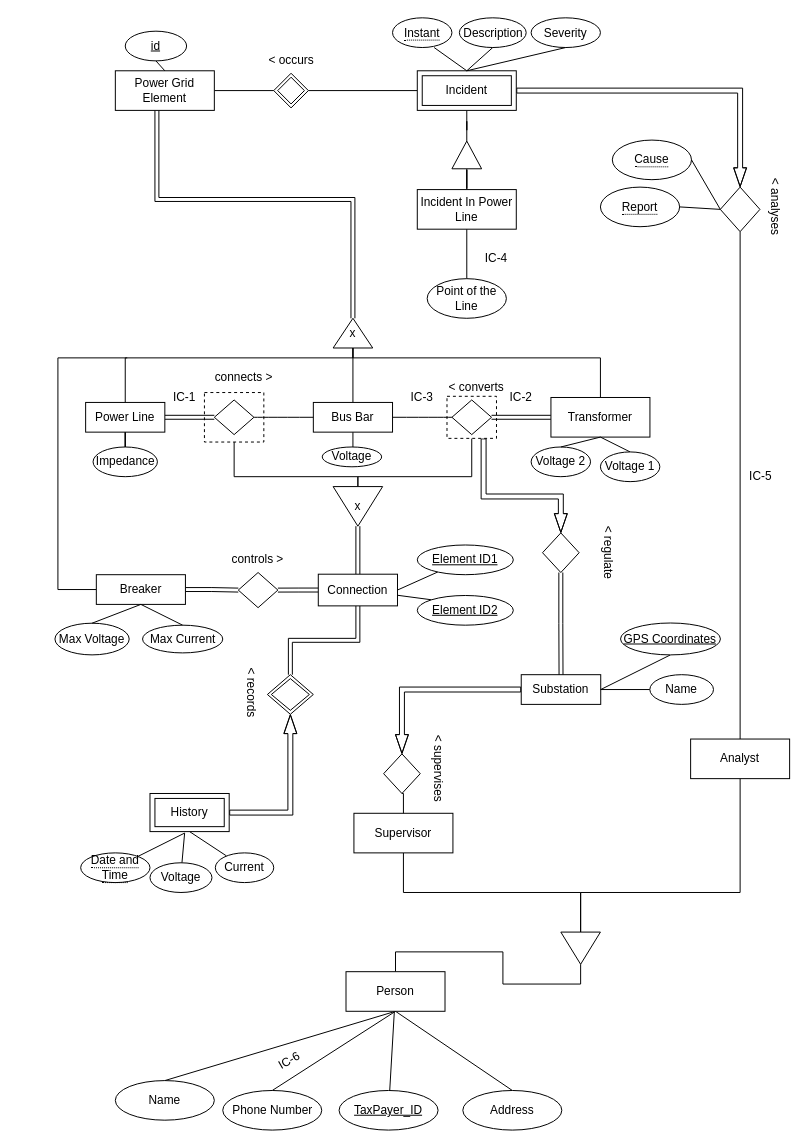
This is page "Page-3" (3 of 3) of Project/Part1/New_Version.drawio from dgd-rosa/SIBD, a draw.io file, before an edit. Source tidied: cells renumbered, new cells numbered last; positions are measured from the earlier drawing's top-left corner, leaving out a move shared by most shapes. Both pictures are drawn from the tidied source at 99%, with x=0, y=0 at pixel (54, 18).
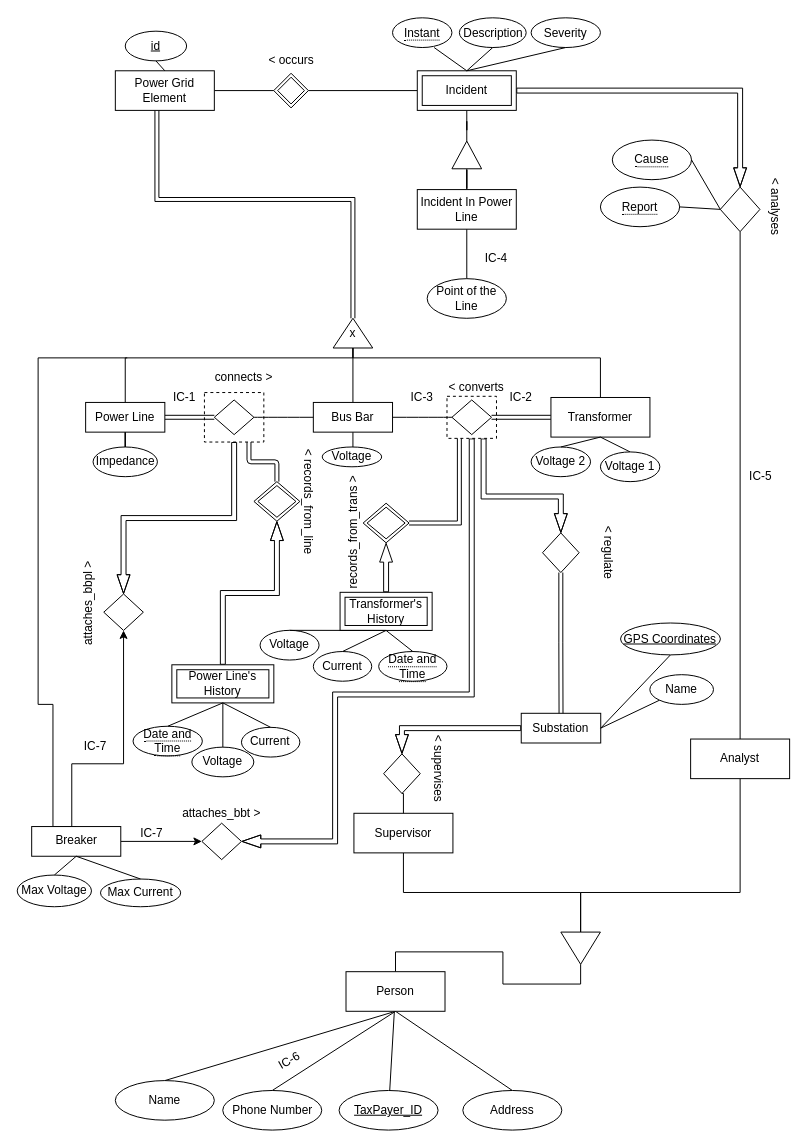
After the change.

Unchanged cells that the change refers to:
```xml
<mxCell id="4" style="rounded=0;whiteSpace=wrap;html=1;dashed=1;" parent="1" vertex="1">
  <mxGeometry x="396" y="381.8" width="50" height="42.5" as="geometry" />
</mxCell>
<mxCell id="6" style="rounded=0;whiteSpace=wrap;html=1;dashed=1;" parent="1" vertex="1">
  <mxGeometry x="151" y="378" width="60" height="50" as="geometry" />
</mxCell>
```

The edit, as a diff of the source:
```diff
@@
-    <mxCell id="2" style="edgeStyle=orthogonalEdgeStyle;rounded=0;jettySize=auto;html=1;endArrow=none;endFill=0;entryX=0;entryY=0.5;entryDx=0;entryDy=0;" parent="1" edge="1" source="4" target="46">
-      <mxGeometry relative="1" as="geometry">
-        <Array as="points">
-          <mxPoint x="421" y="463" />
-          <mxPoint x="306" y="463" />
-        </Array>
-      </mxGeometry>
-    </mxCell>
@@
+    <mxCell id="122" style="edgeStyle=orthogonalEdgeStyle;shape=flexArrow;rounded=0;jettySize=auto;html=1;entryX=1;entryY=0.5;entryDx=0;entryDy=0;width=5;endWidth=7;" parent="1" edge="1" source="4" target="124">
+      <mxGeometry relative="1" as="geometry">
+        <Array as="points">
+          <mxPoint x="421" y="683" />
+          <mxPoint x="283" y="683" />
+          <mxPoint x="283" y="831" />
+        </Array>
+      </mxGeometry>
+    </mxCell>
@@
-    <mxCell id="5" style="edgeStyle=orthogonalEdgeStyle;rounded=0;jettySize=auto;html=1;entryX=0;entryY=0.5;entryDx=0;entryDy=0;endArrow=none;endFill=0;" parent="1" edge="1" source="6" target="46">
-      <mxGeometry relative="1" as="geometry">
-        <Array as="points">
-          <mxPoint x="181" y="463" />
-          <mxPoint x="306" y="463" />
-        </Array>
-      </mxGeometry>
-    </mxCell>
@@
+    <mxCell id="39" style="edgeStyle=orthogonalEdgeStyle;rounded=0;jettySize=auto;html=1;endArrow=none;endFill=0;exitX=0.5;exitY=0;exitDx=0;exitDy=0;" parent="1" edge="1" source="40">
+      <mxGeometry relative="1" as="geometry">
+        <mxPoint x="73" y="343" as="targetPoint" />
+        <Array as="points">
+          <mxPoint x="-2" y="693" />
+          <mxPoint x="-17" y="693" />
+          <mxPoint x="-17" y="343" />
+        </Array>
+      </mxGeometry>
+    </mxCell>
+    <mxCell id="123" style="edgeStyle=orthogonalEdgeStyle;rounded=0;jettySize=auto;html=1;entryX=0;entryY=0.5;entryDx=0;entryDy=0;endWidth=7;" parent="1" edge="1" source="40" target="124">
+      <mxGeometry relative="1" as="geometry" />
+    </mxCell>
-    <mxCell id="38" style="edgeStyle=orthogonalEdgeStyle;shape=link;rounded=0;jettySize=auto;html=1;entryX=0;entryY=0.5;entryDx=0;entryDy=0;endArrow=none;endFill=0;" parent="1" edge="1" source="40" target="47">
-      <mxGeometry relative="1" as="geometry" />
+    <mxCell id="38" style="edgeStyle=orthogonalEdgeStyle;rounded=0;jettySize=auto;html=1;entryX=0.5;entryY=1;entryDx=0;entryDy=0;exitX=0.706;exitY=0.047;exitDx=0;exitDy=0;exitPerimeter=0;endWidth=7;" parent="1" edge="1" source="40" target="47">
+      <mxGeometry relative="1" as="geometry">
+        <Array as="points">
+          <mxPoint x="17" y="753" />
+          <mxPoint x="69" y="753" />
+        </Array>
+      </mxGeometry>
     </mxCell>
-    <mxCell id="39" style="edgeStyle=orthogonalEdgeStyle;rounded=0;jettySize=auto;html=1;endArrow=none;endFill=0;" parent="1" edge="1" source="40">
-      <mxGeometry relative="1" as="geometry">
-        <mxPoint x="73" y="343" as="targetPoint" />
-        <Array as="points">
-          <mxPoint x="3" y="577" />
-          <mxPoint x="3" y="343" />
-        </Array>
-      </mxGeometry>
-    </mxCell>
     <mxCell id="40" value="Breaker" style="whiteSpace=wrap;html=1;align=center;" parent="1" vertex="1">
-      <mxGeometry x="41.8" y="562" width="90" height="30" as="geometry" />
+      <mxGeometry x="-23.5" y="816.4" width="90" height="30" as="geometry" />
     </mxCell>
     <mxCell id="41" value="Max Voltage" style="ellipse;whiteSpace=wrap;html=1;align=center;" parent="1" vertex="1">
-      <mxGeometry y="611" width="75" height="32" as="geometry" />
+      <mxGeometry x="-38.1" y="865.4" width="75" height="32" as="geometry" />
     </mxCell>
     <mxCell id="42" value="Max Current" style="ellipse;whiteSpace=wrap;html=1;align=center;" parent="1" vertex="1">
-      <mxGeometry x="88.5" y="613" width="81" height="28" as="geometry" />
+      <mxGeometry x="46" y="869.4" width="81" height="28" as="geometry" />
     </mxCell>
-    <mxCell id="43" style="endArrow=none;html=1;entryX=0.5;entryY=0;entryDx=0;entryDy=0;exitX=0.5;exitY=1;exitDx=0;exitDy=0;" parent="1" edge="1" source="40" target="41">
+    <mxCell id="43" style="endArrow=none;html=1;exitX=0.5;exitY=1;exitDx=0;exitDy=0;entryX=0.5;entryY=0;entryDx=0;entryDy=0;" parent="1" edge="1" source="40" target="41">
       <mxGeometry relative="1" as="geometry" />
     </mxCell>
@@
-    <mxCell id="45" style="edgeStyle=none;rounded=0;jettySize=auto;html=1;entryX=0.5;entryY=0;entryDx=0;entryDy=0;endArrow=none;endFill=0;shape=link;" parent="1" edge="1" source="46" target="51">
-      <mxGeometry relative="1" as="geometry" />
-    </mxCell>
-    <mxCell id="46" value="x" style="triangle;whiteSpace=wrap;html=1;direction=south;" parent="1" vertex="1">
-      <mxGeometry x="281" y="473" width="50" height="40" as="geometry" />
-    </mxCell>
     <mxCell id="47" style="shape=rhombus;perimeter=rhombusPerimeter;whiteSpace=wrap;html=1;align=center;" parent="1" vertex="1">
-      <mxGeometry x="185.2" y="559.8" width="40" height="35.5" as="geometry" />
+      <mxGeometry x="49.3" y="581.5" width="40" height="36.8" as="geometry" />
     </mxCell>
-    <mxCell id="48" style="edgeStyle=orthogonalEdgeStyle;shape=link;rounded=0;jettySize=auto;html=1;entryX=1;entryY=0.5;entryDx=0;entryDy=0;endArrow=none;endFill=0;" parent="1" edge="1" source="51" target="47">
+    <mxCell id="48" style="edgeStyle=orthogonalEdgeStyle;shape=flexArrow;rounded=0;jettySize=auto;html=1;entryX=0.5;entryY=0;entryDx=0;entryDy=0;endArrow=block;endFill=0;exitX=0.5;exitY=1;exitDx=0;exitDy=0;startArrow=none;startFill=0;width=5;endWidth=7;" parent="1" edge="1" source="6" target="47">
       <mxGeometry relative="1" as="geometry" />
     </mxCell>
-    <mxCell id="49" style="edgeStyle=orthogonalEdgeStyle;rounded=0;jettySize=auto;html=1;entryX=0.5;entryY=0;entryDx=0;entryDy=0;endArrow=none;endFill=0;shape=link;exitX=0.5;exitY=1;exitDx=0;exitDy=0;" parent="1" edge="1" source="51" target="56">
-      <mxGeometry relative="1" as="geometry" />
-    </mxCell>
-    <mxCell id="50" style="edgeStyle=none;rounded=0;jettySize=auto;html=1;entryX=0;entryY=0;entryDx=0;entryDy=0;endArrow=none;endFill=0;" parent="1" edge="1" source="51" target="114">
-      <mxGeometry relative="1" as="geometry" />
-    </mxCell>
-    <mxCell id="51" value="Connection" style="whiteSpace=wrap;html=1;align=center;" parent="1" vertex="1">
-      <mxGeometry x="266" y="561.5" width="80" height="32" as="geometry" />
-    </mxCell>
-    <mxCell id="52" style="edgeStyle=none;rounded=0;jettySize=auto;html=1;entryX=0.5;entryY=1;entryDx=0;entryDy=0;endArrow=none;endFill=0;" parent="1" edge="1" source="53" target="58">
-      <mxGeometry relative="1" as="geometry" />
-    </mxCell>
     <mxCell id="53" value="Current" style="ellipse;whiteSpace=wrap;html=1;align=center;" parent="1" vertex="1">
-      <mxGeometry x="162" y="843" width="59" height="30" as="geometry" />
+      <mxGeometry x="188.4" y="716.2" width="59" height="30" as="geometry" />
     </mxCell>
-    <mxCell id="54" style="rounded=0;jettySize=auto;html=1;endArrow=none;endFill=0;" parent="1" edge="1" source="55">
-      <mxGeometry relative="1" as="geometry">
-        <mxPoint x="131" y="823" as="targetPoint" />
-      </mxGeometry>
-    </mxCell>
     <mxCell id="55" value="&lt;span style=&quot;border-bottom: 1px dotted&quot;&gt;Date and Time&lt;/span&gt;" style="ellipse;whiteSpace=wrap;html=1;align=center;" parent="1" vertex="1">
-      <mxGeometry x="26" y="843" width="70" height="30" as="geometry" />
+      <mxGeometry x="78.9" y="715.1" width="70" height="30" as="geometry" />
     </mxCell>
     <mxCell id="56" style="shape=rhombus;double=1;perimeter=rhombusPerimeter;whiteSpace=wrap;html=1;align=center;" parent="1" vertex="1">
-      <mxGeometry x="214.6" y="663" width="46.4" height="40" as="geometry" />
+      <mxGeometry x="201" y="468" width="46.4" height="40" as="geometry" />
     </mxCell>
-    <mxCell id="57" style="edgeStyle=orthogonalEdgeStyle;rounded=0;jettySize=auto;html=1;entryX=0.5;entryY=1;entryDx=0;entryDy=0;endArrow=block;endFill=0;shape=flexArrow;width=5;endWidth=7;" parent="1" edge="1" source="58" target="56">
+    <mxCell id="57" style="edgeStyle=orthogonalEdgeStyle;shape=flexArrow;rounded=0;jettySize=auto;html=1;width=5;endWidth=7;" parent="1" edge="1" source="58" target="56">
       <mxGeometry relative="1" as="geometry" />
     </mxCell>
-    <mxCell id="58" value="History" style="shape=ext;margin=3;double=1;whiteSpace=wrap;html=1;align=center;" parent="1" vertex="1">
-      <mxGeometry x="96" y="783" width="80" height="38.5" as="geometry" />
+    <mxCell id="58" value="Power Line's History" style="shape=ext;margin=3;double=1;whiteSpace=wrap;html=1;align=center;" parent="1" vertex="1">
+      <mxGeometry x="118.1" y="653" width="103" height="38.5" as="geometry" />
     </mxCell>
-    <mxCell id="59" style="edgeStyle=none;rounded=0;orthogonalLoop=1;jettySize=auto;html=1;endArrow=none;endFill=0;" parent="1" edge="1">
-      <mxGeometry relative="1" as="geometry">
-        <mxPoint x="128.3" y="853" as="sourcePoint" />
-        <mxPoint x="131" y="823" as="targetPoint" />
-      </mxGeometry>
-    </mxCell>
     <mxCell id="60" value="Voltage" style="ellipse;whiteSpace=wrap;html=1;align=center;" parent="1" vertex="1">
-      <mxGeometry x="96" y="853" width="62.6" height="30" as="geometry" />
+      <mxGeometry x="138.3" y="736.2" width="62.6" height="30" as="geometry" />
     </mxCell>
@@
-    <mxCell id="79" value="&amp;lt; records&amp;nbsp;" style="text;html=1;strokeColor=none;fillColor=none;align=center;verticalAlign=middle;whiteSpace=wrap;rounded=0;rotation=90;" parent="1" vertex="1">
-      <mxGeometry x="162" y="673" width="73" height="20" as="geometry" />
-    </mxCell>
@@
     <mxCell id="82" value="Substation" style="whiteSpace=wrap;html=1;align=center;" parent="1" vertex="1">
-      <mxGeometry x="471" y="663" width="80.3" height="30" as="geometry" />
+      <mxGeometry x="471" y="702" width="80.3" height="30" as="geometry" />
     </mxCell>
@@
-    <mxCell id="112" style="edgeStyle=none;rounded=0;jettySize=auto;html=1;entryX=1;entryY=0.5;entryDx=0;entryDy=0;endArrow=none;endFill=0;" parent="1" edge="1" source="113" target="51">
-      <mxGeometry relative="1" as="geometry" />
-    </mxCell>
-    <mxCell id="113" value="Element ID1" style="ellipse;whiteSpace=wrap;html=1;align=center;fontStyle=4;" parent="1" vertex="1">
-      <mxGeometry x="366" y="532" width="97" height="30" as="geometry" />
-    </mxCell>
-    <mxCell id="114" value="Element ID2" style="ellipse;whiteSpace=wrap;html=1;align=center;fontStyle=4;" parent="1" vertex="1">
-      <mxGeometry x="366" y="583" width="97" height="30" as="geometry" />
-    </mxCell>
@@
-    <mxCell id="121" value="controls &amp;gt;" style="text;html=1;strokeColor=none;fillColor=none;align=center;verticalAlign=middle;whiteSpace=wrap;rounded=0;" parent="1" vertex="1">
-      <mxGeometry x="176" y="537" width="57.8" height="20" as="geometry" />
-    </mxCell>
+    <mxCell id="124" style="shape=rhombus;perimeter=rhombusPerimeter;whiteSpace=wrap;html=1;align=center;" parent="1" vertex="1">
+      <mxGeometry x="148.4" y="813" width="40" height="36.8" as="geometry" />
+    </mxCell>
+    <mxCell id="125" style="edgeStyle=orthogonalEdgeStyle;shape=flexArrow;rounded=0;jettySize=auto;html=1;entryX=0.5;entryY=1;entryDx=0;entryDy=0;width=5;endWidth=7;" parent="1" edge="1" source="126" target="128">
+      <mxGeometry relative="1" as="geometry" />
+    </mxCell>
+    <mxCell id="126" value="Transformer's History" style="shape=ext;margin=3;double=1;whiteSpace=wrap;html=1;align=center;" parent="1" vertex="1">
+      <mxGeometry x="288" y="579.8" width="93" height="38.5" as="geometry" />
+    </mxCell>
+    <mxCell id="127" style="edgeStyle=orthogonalEdgeStyle;shape=link;rounded=0;jettySize=auto;html=1;entryX=0.25;entryY=1;entryDx=0;entryDy=0;" parent="1" edge="1" source="128" target="4">
+      <mxGeometry relative="1" as="geometry" />
+    </mxCell>
+    <mxCell id="128" style="shape=rhombus;double=1;perimeter=rhombusPerimeter;whiteSpace=wrap;html=1;align=center;" parent="1" vertex="1">
+      <mxGeometry x="311.3" y="489.8" width="46.4" height="40" as="geometry" />
+    </mxCell>
+    <mxCell id="129" style="endArrow=none;html=1;entryX=0.75;entryY=1;entryDx=0;entryDy=0;exitX=0.5;exitY=0;exitDx=0;exitDy=0;shape=link;edgeStyle=orthogonalEdgeStyle;" parent="1" edge="1" source="56" target="6">
+      <mxGeometry relative="1" as="geometry" />
+    </mxCell>
+    <mxCell id="130" value="&lt;span style=&quot;border-bottom: 1px dotted&quot;&gt;Date and Time&lt;/span&gt;" style="ellipse;whiteSpace=wrap;html=1;align=center;" parent="1" vertex="1">
+      <mxGeometry x="327" y="639.6" width="69" height="30" as="geometry" />
+    </mxCell>
+    <mxCell id="131" value="Current" style="ellipse;whiteSpace=wrap;html=1;align=center;" parent="1" vertex="1">
+      <mxGeometry x="261" y="639.6" width="59" height="30" as="geometry" />
+    </mxCell>
+    <mxCell id="132" value="Voltage" style="ellipse;whiteSpace=wrap;html=1;align=center;" parent="1" vertex="1">
+      <mxGeometry x="207.2" y="618.2" width="59.6" height="30" as="geometry" />
+    </mxCell>
+    <mxCell id="133" style="endArrow=none;html=1;exitX=0.5;exitY=1;exitDx=0;exitDy=0;entryX=0.5;entryY=0;entryDx=0;entryDy=0;" parent="1" edge="1" source="126" target="132">
+      <mxGeometry relative="1" as="geometry" />
+    </mxCell>
+    <mxCell id="134" style="endArrow=none;html=1;exitX=0.5;exitY=1;exitDx=0;exitDy=0;entryX=0.5;entryY=0;entryDx=0;entryDy=0;" parent="1" edge="1" source="126" target="131">
+      <mxGeometry relative="1" as="geometry" />
+    </mxCell>
+    <mxCell id="135" style="endArrow=none;html=1;exitX=0.5;exitY=1;exitDx=0;exitDy=0;entryX=0.5;entryY=0;entryDx=0;entryDy=0;" parent="1" edge="1" source="126" target="130">
+      <mxGeometry relative="1" as="geometry" />
+    </mxCell>
+    <mxCell id="136" style="endArrow=none;html=1;exitX=0.5;exitY=1;exitDx=0;exitDy=0;entryX=0.5;entryY=0;entryDx=0;entryDy=0;" parent="1" edge="1" source="58" target="53">
+      <mxGeometry relative="1" as="geometry" />
+    </mxCell>
+    <mxCell id="137" style="endArrow=none;html=1;exitX=0.5;exitY=1;exitDx=0;exitDy=0;entryX=0.5;entryY=0;entryDx=0;entryDy=0;" parent="1" edge="1" source="58" target="60">
+      <mxGeometry relative="1" as="geometry" />
+    </mxCell>
+    <mxCell id="138" style="endArrow=none;html=1;exitX=0.5;exitY=1;exitDx=0;exitDy=0;entryX=0.5;entryY=0;entryDx=0;entryDy=0;" parent="1" edge="1" source="58" target="55">
+      <mxGeometry relative="1" as="geometry" />
+    </mxCell>
+    <mxCell id="139" value="IC-7" style="text;html=1;strokeColor=none;fillColor=none;align=center;verticalAlign=middle;whiteSpace=wrap;rounded=0;" parent="1" vertex="1">
+      <mxGeometry x="78.1" y="813" width="40" height="20" as="geometry" />
+    </mxCell>
+    <mxCell id="140" value="IC-7" style="text;html=1;strokeColor=none;fillColor=none;align=center;verticalAlign=middle;whiteSpace=wrap;rounded=0;" parent="1" vertex="1">
+      <mxGeometry x="21" y="726.2" width="40" height="20" as="geometry" />
+    </mxCell>
+    <mxCell id="141" value="&amp;lt; records_from_line" style="text;html=1;align=center;verticalAlign=middle;rotation=90;" parent="1" vertex="1">
+      <mxGeometry x="196" y="478" width="120" height="20" as="geometry" />
+    </mxCell>
+    <mxCell id="142" value="records_from_trans &amp;gt;" style="text;html=1;align=center;verticalAlign=middle;rotation=-90;" parent="1" vertex="1">
+      <mxGeometry x="236" y="509.8" width="130" height="20" as="geometry" />
+    </mxCell>
+    <mxCell id="143" value="attaches_bbpl &amp;gt;" style="text;html=1;align=center;verticalAlign=middle;rotation=-90;" parent="1" vertex="1">
+      <mxGeometry x="-17" y="581.5" width="100" height="20" as="geometry" />
+    </mxCell>
+    <mxCell id="144" value="attaches_bbt &amp;gt;" style="text;html=1;align=center;verticalAlign=middle;rotation=0;" parent="1" vertex="1">
+      <mxGeometry x="123.4" y="793" width="90" height="20" as="geometry" />
+    </mxCell>
```
